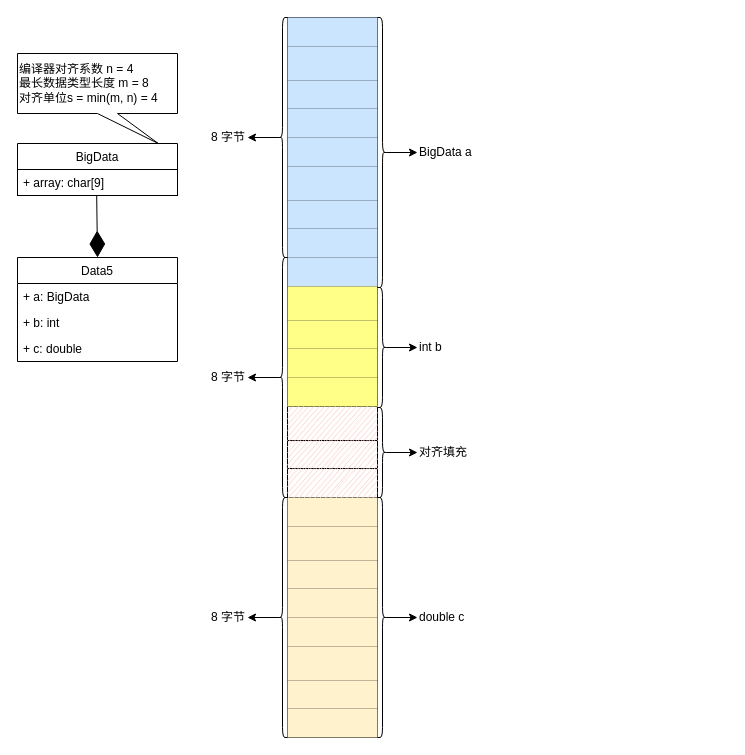
Earlier version of the draw.io diagram TechStack/memory_alignment_case5.drawio (zhxilin/picbed). Source tidied: cells renumbered, new cells numbered last; positions are measured from the earlier drawing's top-left corner, leaving out a move shared by most shapes. Both pictures are drawn from the tidied source at 100%, with x=0, y=0 at pixel (17, 17).
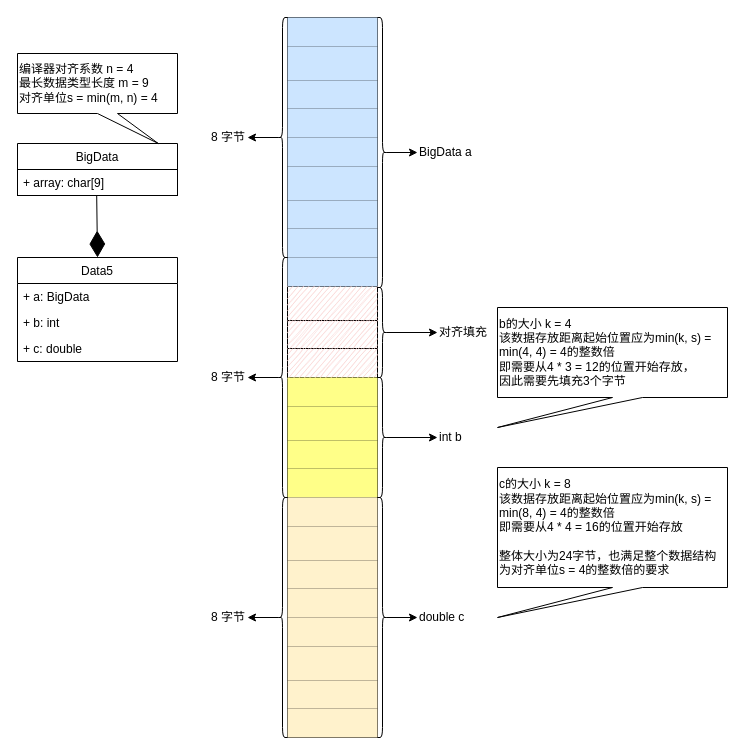
Above is the later version.

The change refers to these unchanged cells:
```xml
<mxCell id="21" style="shape=tableRow;horizontal=0;startSize=0;swimlaneHead=0;swimlaneBody=0;top=0;left=0;bottom=0;right=0;fillColor=none;sketch=0;strokeColor=default;" parent="2" vertex="1">
  <mxGeometry y="269" width="90" height="34" as="geometry" />
</mxCell>
<mxCell id="23" style="shape=tableRow;horizontal=0;startSize=0;swimlaneHead=0;swimlaneBody=0;top=0;left=0;bottom=0;right=0;fillColor=none;sketch=0;strokeColor=default;" parent="2" vertex="1">
  <mxGeometry y="303" width="90" height="28" as="geometry" />
</mxCell>
<mxCell id="25" style="shape=tableRow;horizontal=0;startSize=0;swimlaneHead=0;swimlaneBody=0;top=0;left=0;bottom=0;right=0;fillColor=none;sketch=0;strokeColor=default;" parent="2" vertex="1">
  <mxGeometry y="331" width="90" height="29" as="geometry" />
</mxCell>
<mxCell id="29" style="shape=tableRow;horizontal=0;startSize=0;swimlaneHead=0;swimlaneBody=0;top=0;left=0;bottom=0;right=0;fillColor=none;sketch=0;strokeColor=default;" parent="2" vertex="1">
  <mxGeometry y="389" width="90" height="34" as="geometry" />
</mxCell>
<mxCell id="31" style="shape=tableRow;horizontal=0;startSize=0;swimlaneHead=0;swimlaneBody=0;top=0;left=0;bottom=0;right=0;fillColor=none;sketch=0;strokeColor=default;" parent="2" vertex="1">
  <mxGeometry y="423" width="90" height="28" as="geometry" />
</mxCell>
<mxCell id="33" style="shape=tableRow;horizontal=0;startSize=0;swimlaneHead=0;swimlaneBody=0;top=0;left=0;bottom=0;right=0;fillColor=none;sketch=0;strokeColor=default;" parent="2" vertex="1">
  <mxGeometry y="451" width="90" height="29" as="geometry" />
</mxCell>
```

Change to the diagram source:
```diff
@@
-    <mxCell id="22" style="shape=partialRectangle;html=1;whiteSpace=wrap;overflow=hidden;fillColor=#ffff88;top=0;left=0;bottom=0;right=0;sketch=0;strokeColor=#36393d;" parent="21" vertex="1">
+    <mxCell id="22" style="shape=partialRectangle;html=1;whiteSpace=wrap;overflow=hidden;fillColor=#f8cecc;top=0;left=0;bottom=0;right=0;sketch=1;strokeColor=#b85450;align=center;verticalAlign=middle;fontFamily=Helvetica;fontSize=12;fontColor=default;" parent="21" vertex="1">
       <mxGeometry width="90" height="34" as="geometry" />
     </mxCell>
@@
-    <mxCell id="24" style="shape=partialRectangle;html=1;whiteSpace=wrap;overflow=hidden;fillColor=#ffff88;top=0;left=0;bottom=0;right=0;strokeColor=#36393d;sketch=0;" parent="23" vertex="1">
+    <mxCell id="24" style="shape=partialRectangle;html=1;whiteSpace=wrap;overflow=hidden;fillColor=#f8cecc;top=0;left=0;bottom=0;right=0;strokeColor=#b85450;sketch=1;align=center;verticalAlign=middle;fontFamily=Helvetica;fontSize=12;fontColor=default;" parent="23" vertex="1">
       <mxGeometry width="90" height="28" as="geometry" />
     </mxCell>
@@
-    <mxCell id="26" style="shape=partialRectangle;html=1;whiteSpace=wrap;overflow=hidden;fillColor=#ffff88;top=0;left=0;bottom=0;right=0;strokeColor=#36393d;sketch=0;" parent="25" vertex="1">
+    <mxCell id="26" style="shape=partialRectangle;html=1;whiteSpace=wrap;overflow=hidden;fillColor=#f8cecc;top=0;left=0;bottom=0;right=0;strokeColor=#b85450;sketch=1;align=center;verticalAlign=middle;fontFamily=Helvetica;fontSize=12;fontColor=default;" parent="25" vertex="1">
       <mxGeometry width="90" height="29" as="geometry" />
     </mxCell>
@@
-    <mxCell id="30" style="shape=partialRectangle;html=1;whiteSpace=wrap;overflow=hidden;fillColor=#f8cecc;top=0;left=0;bottom=0;right=0;strokeColor=#b85450;sketch=1;" parent="29" vertex="1">
+    <mxCell id="30" style="shape=partialRectangle;html=1;whiteSpace=wrap;overflow=hidden;fillColor=#ffff88;top=0;left=0;bottom=0;right=0;strokeColor=#36393d;sketch=0;align=center;verticalAlign=middle;fontFamily=Helvetica;fontSize=12;fontColor=default;" parent="29" vertex="1">
       <mxGeometry width="90" height="34" as="geometry" />
     </mxCell>
@@
-    <mxCell id="32" style="shape=partialRectangle;html=1;whiteSpace=wrap;overflow=hidden;fillColor=#f8cecc;top=0;left=0;bottom=0;right=0;strokeColor=#b85450;sketch=1;" parent="31" vertex="1">
+    <mxCell id="32" style="shape=partialRectangle;html=1;whiteSpace=wrap;overflow=hidden;fillColor=#ffff88;top=0;left=0;bottom=0;right=0;strokeColor=#36393d;sketch=0;align=center;verticalAlign=middle;fontFamily=Helvetica;fontSize=12;fontColor=default;" parent="31" vertex="1">
       <mxGeometry width="90" height="28" as="geometry" />
     </mxCell>
@@
-    <mxCell id="34" style="shape=partialRectangle;html=1;whiteSpace=wrap;overflow=hidden;fillColor=#f8cecc;top=0;left=0;bottom=0;right=0;strokeColor=#b85450;sketch=1;" parent="33" vertex="1">
+    <mxCell id="34" style="shape=partialRectangle;html=1;whiteSpace=wrap;overflow=hidden;fillColor=#ffff88;top=0;left=0;bottom=0;right=0;strokeColor=#36393d;sketch=0;align=center;verticalAlign=middle;fontFamily=Helvetica;fontSize=12;fontColor=default;" parent="33" vertex="1">
       <mxGeometry width="90" height="29" as="geometry" />
     </mxCell>
@@
     <mxCell id="53" style="shape=curlyBracket;whiteSpace=wrap;html=1;rounded=1;flipH=1;sketch=0;strokeColor=default;swimlaneLine=1;" parent="1" vertex="1">
-      <mxGeometry x="360" y="270" width="10" height="120" as="geometry" />
+      <mxGeometry x="360" y="360" width="10" height="120" as="geometry" />
     </mxCell>
@@
     <mxCell id="56" value="int b" style="text;html=1;strokeColor=none;fillColor=none;align=left;verticalAlign=middle;whiteSpace=wrap;rounded=0;sketch=0;swimlaneLine=1;" parent="1" vertex="1">
-      <mxGeometry x="400" y="320" width="60" height="20" as="geometry" />
+      <mxGeometry x="420" y="410" width="60" height="20" as="geometry" />
     </mxCell>
-    <mxCell id="57" value="&lt;span&gt;编译器对齐系数 n = 4&lt;/span&gt;&lt;br&gt;&lt;span&gt;最长数据类型长度 m = 8&lt;/span&gt;&lt;br&gt;&lt;span&gt;对齐单位s = min(m, n) = 4&lt;/span&gt;" style="shape=callout;whiteSpace=wrap;html=1;perimeter=calloutPerimeter;sketch=0;position2=0.88;align=left;strokeColor=default;" parent="1" vertex="1">
+    <mxCell id="57" value="&lt;span&gt;编译器对齐系数 n = 4&lt;/span&gt;&lt;br&gt;&lt;span&gt;最长数据类型长度 m = 9&lt;/span&gt;&lt;br&gt;&lt;span&gt;对齐单位s = min(m, n) = 4&lt;/span&gt;" style="shape=callout;whiteSpace=wrap;html=1;perimeter=calloutPerimeter;sketch=0;position2=0.88;align=left;strokeColor=default;" parent="1" vertex="1">
       <mxGeometry y="36" width="160" height="90" as="geometry" />
     </mxCell>
@@
     <mxCell id="65" value="对齐填充" style="text;html=1;strokeColor=none;fillColor=none;align=left;verticalAlign=middle;whiteSpace=wrap;rounded=0;sketch=0;swimlaneLine=1;" parent="1" vertex="1">
-      <mxGeometry x="400" y="425" width="60" height="20" as="geometry" />
+      <mxGeometry x="420" y="305" width="60" height="20" as="geometry" />
     </mxCell>
     <mxCell id="66" style="shape=curlyBracket;whiteSpace=wrap;html=1;rounded=1;flipH=1;sketch=0;strokeColor=default;swimlaneLine=1;" parent="1" vertex="1">
-      <mxGeometry x="360" y="390" width="10" height="90" as="geometry" />
+      <mxGeometry x="360" y="270" width="10" height="90" as="geometry" />
     </mxCell>
@@
+    <mxCell id="80" value="b的大小 k = 4&lt;div&gt;该数据存放距离起始位置应为min(k, s) = min(4, 4) = 4的整数倍&lt;/div&gt;&lt;div&gt;即需要从4 * 3 = 12的位置开始存放，&lt;/div&gt;&lt;div&gt;因此需要先填充3个字节&lt;/div&gt;" style="shape=callout;whiteSpace=wrap;html=1;perimeter=calloutPerimeter;sketch=0;position2=0;align=left;base=30;" parent="1" vertex="1">
+      <mxGeometry x="480" y="290" width="230" height="120" as="geometry" />
+    </mxCell>
+    <mxCell id="81" value="c的大小 k = 8&lt;div&gt;该数据存放距离起始位置应为min(k, s) = min(8, 4) = 4的整数倍&lt;/div&gt;&lt;div&gt;即需要从4 * 4 = 16的位置开始存放&lt;br&gt;&lt;/div&gt;&lt;div&gt;&lt;br&gt;&lt;/div&gt;&lt;div&gt;整体大小为24字节，也满足整个数据结构为对齐单位s = 4的整数倍的要求&lt;/div&gt;" style="shape=callout;whiteSpace=wrap;html=1;perimeter=calloutPerimeter;sketch=0;position2=0;align=left;base=30;" parent="1" vertex="1">
+      <mxGeometry x="480" y="450" width="230" height="150" as="geometry" />
+    </mxCell>
```
